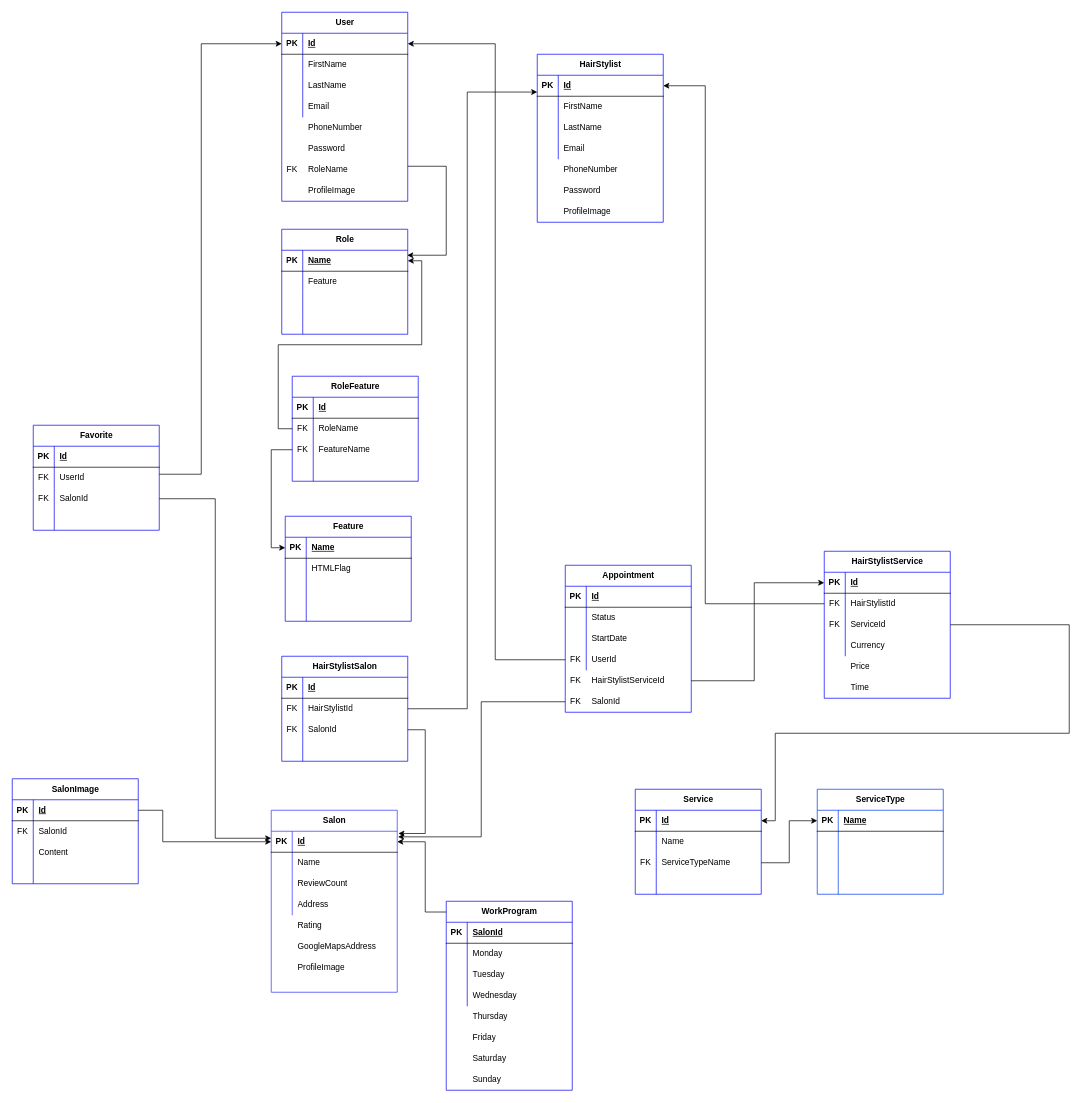
popescumadalin0/style-link keeps this draw.io diagram as StyleLink/StyleLinkRelationalDb.drawio. Above is the earlier version. Source tidied: cells renumbered, new cells numbered last; positions are measured from the earlier drawing's top-left corner, leaving out a move shared by most shapes. Both pictures are drawn from the tidied source at 70%, with x=0, y=0 at pixel (12, 12).
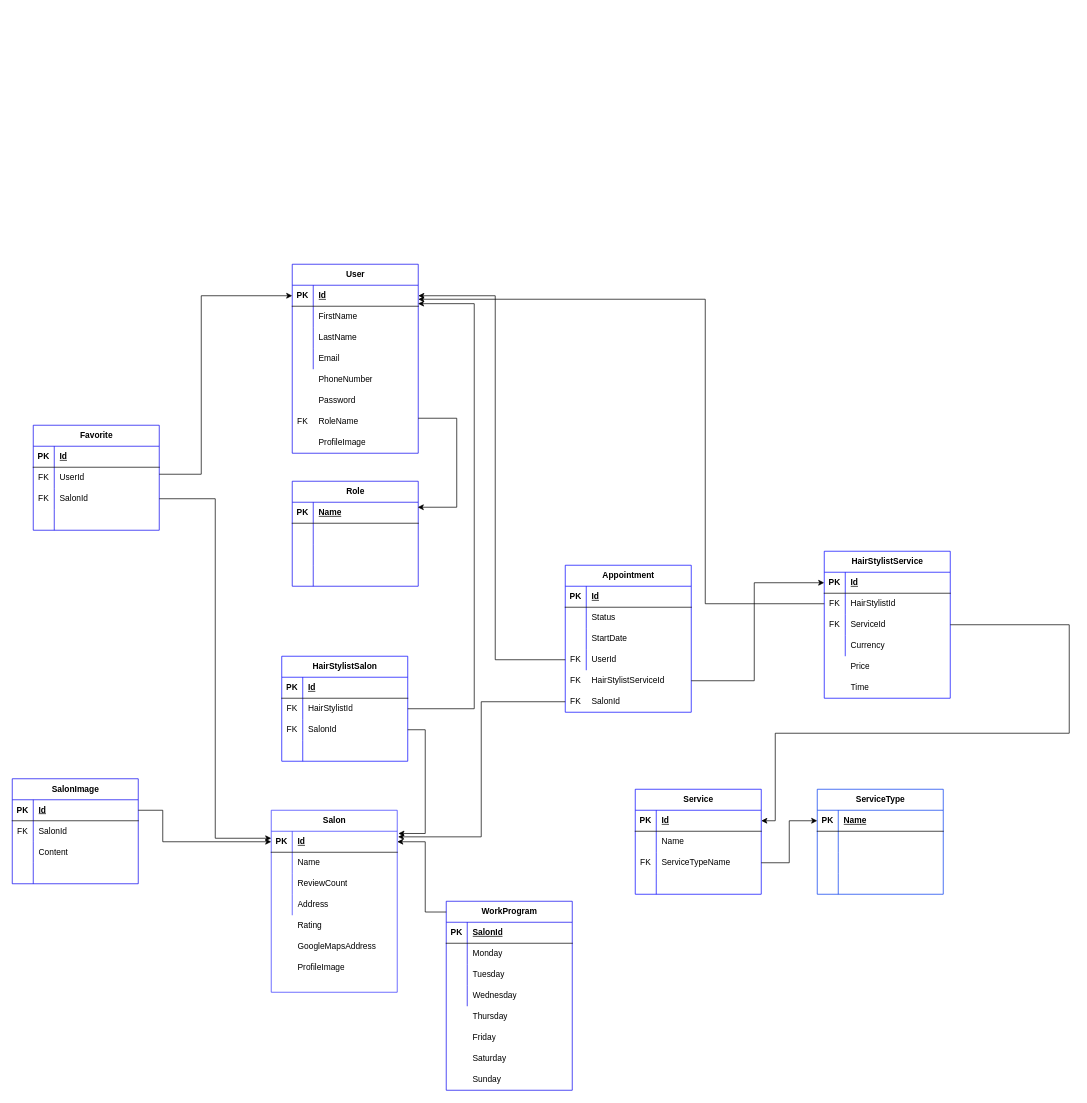
The same diagram, later.

Unchanged cells that the change refers to:
```xml
<mxCell id="3" style="shape=tableRow;horizontal=0;startSize=0;swimlaneHead=0;swimlaneBody=0;fillColor=none;points=[[0,0.5],[1,0.5]];portConstraint=eastwest;top=0;left=0;right=0;bottom=1;" parent="2" vertex="1">
  <mxGeometry y="30" width="180" height="30" as="geometry" />
</mxCell>
<mxCell id="25" style="shape=tableRow;horizontal=0;startSize=0;swimlaneHead=0;swimlaneBody=0;fillColor=none;points=[[0,0.5],[1,0.5]];portConstraint=eastwest;top=0;left=0;right=0;bottom=0;" parent="15" vertex="1">
  <mxGeometry y="120" width="180" height="30" as="geometry" />
</mxCell>
<mxCell id="81" style="shape=tableRow;horizontal=0;startSize=0;swimlaneHead=0;swimlaneBody=0;fillColor=none;points=[[0,0.5],[1,0.5]];portConstraint=eastwest;top=0;left=0;right=0;bottom=1;" parent="80" vertex="1">
  <mxGeometry y="30" width="180" height="30" as="geometry" />
</mxCell>
<mxCell id="84" style="shape=tableRow;horizontal=0;startSize=0;swimlaneHead=0;swimlaneBody=0;fillColor=none;top=0;left=0;right=0;bottom=0;" parent="80" vertex="1">
  <mxGeometry y="60" width="180" height="30" as="geometry" />
</mxCell>
<mxCell id="194" style="shape=tableRow;horizontal=0;startSize=0;swimlaneHead=0;swimlaneBody=0;fillColor=none;points=[[0,0.5],[1,0.5]];portConstraint=eastwest;top=0;left=0;right=0;bottom=0;" parent="190" vertex="1">
  <mxGeometry y="60" width="180" height="30" as="geometry" />
</mxCell>
<mxCell id="209" style="shape=tableRow;horizontal=0;startSize=0;swimlaneHead=0;swimlaneBody=0;fillColor=none;points=[[0,0.5],[1,0.5]];portConstraint=eastwest;top=0;left=0;right=0;bottom=0;" parent="205" vertex="1">
  <mxGeometry y="60" width="180" height="30" as="geometry" />
</mxCell>
```

What changed in the source:
```diff
@@
     <mxCell id="2" value="User" style="shape=table;startSize=30;childLayout=tableLayout;rowLines=0;fontStyle=1;align=center;html=1;strokeColor=#0800F0;" parent="1" vertex="1">
-      <mxGeometry x="385" width="180" height="270" as="geometry" />
+      <mxGeometry x="400" y="360" width="180" height="270" as="geometry" />
     </mxCell>
@@
-    <mxCell id="67" value="Feature" style="shape=table;startSize=30;childLayout=tableLayout;rowLines=0;fontStyle=1;align=center;html=1;strokeColor=#0800F0;" parent="1" vertex="1">
-      <mxGeometry x="390" y="720" width="180" height="150" as="geometry" />
-    </mxCell>
-    <mxCell id="68" style="shape=tableRow;horizontal=0;startSize=0;swimlaneHead=0;swimlaneBody=0;fillColor=none;points=[[0,0.5],[1,0.5]];portConstraint=eastwest;top=0;left=0;right=0;bottom=1;" parent="67" vertex="1">
-      <mxGeometry y="30" width="180" height="30" as="geometry" />
-    </mxCell>
-    <mxCell id="69" value="PK" style="shape=partialRectangle;fillColor=none;top=0;left=0;bottom=0;right=0;fontStyle=1;overflow=hidden;whiteSpace=wrap;html=1;" parent="68" vertex="1">
-      <mxGeometry width="30" height="30" as="geometry" />
-    </mxCell>
-    <mxCell id="70" value="Name" style="shape=partialRectangle;fillColor=none;top=0;left=0;bottom=0;right=0;align=left;spacingLeft=6;fontStyle=5;overflow=hidden;whiteSpace=wrap;html=1;" parent="68" vertex="1">
-      <mxGeometry x="30" width="150" height="30" as="geometry" />
-    </mxCell>
-    <mxCell id="71" style="shape=tableRow;horizontal=0;startSize=0;swimlaneHead=0;swimlaneBody=0;fillColor=none;top=0;left=0;right=0;bottom=0;" parent="67" vertex="1">
-      <mxGeometry y="60" width="180" height="30" as="geometry" />
-    </mxCell>
-    <mxCell id="72" style="shape=partialRectangle;fillColor=none;top=0;left=0;bottom=0;right=0;overflow=hidden;whiteSpace=wrap;html=1;" parent="71" vertex="1">
-      <mxGeometry width="30" height="30" as="geometry" />
-    </mxCell>
-    <mxCell id="73" value="HTMLFlag" style="shape=partialRectangle;fillColor=none;top=0;left=0;bottom=0;right=0;align=left;spacingLeft=6;overflow=hidden;whiteSpace=wrap;html=1;" parent="71" vertex="1">
-      <mxGeometry x="30" width="150" height="30" as="geometry" />
-    </mxCell>
-    <mxCell id="74" style="shape=tableRow;horizontal=0;startSize=0;swimlaneHead=0;swimlaneBody=0;fillColor=none;top=0;left=0;right=0;bottom=0;" parent="67" vertex="1">
-      <mxGeometry y="90" width="180" height="30" as="geometry" />
-    </mxCell>
-    <mxCell id="75" style="shape=partialRectangle;fillColor=none;top=0;left=0;bottom=0;right=0;overflow=hidden;whiteSpace=wrap;html=1;" parent="74" vertex="1">
-      <mxGeometry width="30" height="30" as="geometry" />
-    </mxCell>
-    <mxCell id="76" style="shape=partialRectangle;fillColor=none;top=0;left=0;bottom=0;right=0;align=left;spacingLeft=6;overflow=hidden;whiteSpace=wrap;html=1;" parent="74" vertex="1">
-      <mxGeometry x="30" width="150" height="30" as="geometry" />
-    </mxCell>
-    <mxCell id="77" style="shape=tableRow;horizontal=0;startSize=0;swimlaneHead=0;swimlaneBody=0;fillColor=none;top=0;left=0;right=0;bottom=0;" parent="67" vertex="1">
-      <mxGeometry y="120" width="180" height="30" as="geometry" />
-    </mxCell>
-    <mxCell id="78" style="shape=partialRectangle;fillColor=none;top=0;left=0;bottom=0;right=0;overflow=hidden;whiteSpace=wrap;html=1;" parent="77" vertex="1">
-      <mxGeometry width="30" height="30" as="geometry" />
-    </mxCell>
-    <mxCell id="79" style="shape=partialRectangle;fillColor=none;top=0;left=0;bottom=0;right=0;align=left;spacingLeft=6;overflow=hidden;whiteSpace=wrap;html=1;" parent="77" vertex="1">
-      <mxGeometry x="30" width="150" height="30" as="geometry" />
-    </mxCell>
     <mxCell id="80" value="Role" style="shape=table;startSize=30;childLayout=tableLayout;rowLines=0;fontStyle=1;align=center;html=1;strokeColor=#0800F0;" parent="1" vertex="1">
-      <mxGeometry x="385" y="310" width="180" height="150" as="geometry" />
+      <mxGeometry x="400" y="670" width="180" height="150" as="geometry" />
     </mxCell>
@@
-    <mxCell id="86" value="Feature" style="shape=partialRectangle;fillColor=none;top=0;left=0;bottom=0;right=0;align=left;spacingLeft=6;overflow=hidden;whiteSpace=wrap;html=1;" parent="84" vertex="1">
+    <mxCell id="86" style="shape=partialRectangle;fillColor=none;top=0;left=0;bottom=0;right=0;align=left;spacingLeft=6;overflow=hidden;whiteSpace=wrap;html=1;" parent="84" vertex="1">
       <mxGeometry x="30" width="150" height="30" as="geometry" />
     </mxCell>
@@
     <mxCell id="106" style="shape=tableRow;horizontal=0;startSize=0;swimlaneHead=0;swimlaneBody=0;fillColor=none;top=0;left=0;right=0;bottom=0;" parent="1" vertex="1">
-      <mxGeometry x="385" y="150" width="180" height="30" as="geometry" />
+      <mxGeometry x="400" y="510" width="180" height="30" as="geometry" />
     </mxCell>
@@
     <mxCell id="109" style="edgeStyle=orthogonalEdgeStyle;rounded=0;jettySize=auto;html=1;entryX=0.996;entryY=0.238;entryDx=0;entryDy=0;entryPerimeter=0;" parent="1" edge="1" target="81">
       <mxGeometry relative="1" as="geometry">
-        <mxPoint x="565" y="220" as="sourcePoint" />
+        <mxPoint x="580" y="580" as="sourcePoint" />
         <Array as="points">
-          <mxPoint x="620" y="220" />
-          <mxPoint x="620" y="347" />
+          <mxPoint x="635" y="580" />
+          <mxPoint x="635" y="707" />
         </Array>
       </mxGeometry>
     </mxCell>
     <mxCell id="110" style="shape=tableRow;horizontal=0;startSize=0;swimlaneHead=0;swimlaneBody=0;fillColor=none;top=0;left=0;right=0;bottom=0;" parent="1" vertex="1">
-      <mxGeometry x="385" y="180" width="180" height="30" as="geometry" />
+      <mxGeometry x="400" y="540" width="180" height="30" as="geometry" />
     </mxCell>
@@
     <mxCell id="159" value="RoleName" style="shape=partialRectangle;fillColor=none;top=0;left=0;bottom=0;right=0;align=left;spacingLeft=6;overflow=hidden;whiteSpace=wrap;html=1;" parent="1" vertex="1">
-      <mxGeometry x="415" y="210" width="150" height="30" as="geometry" />
+      <mxGeometry x="430" y="570" width="150" height="30" as="geometry" />
     </mxCell>
     <mxCell id="160" value="FK" style="shape=partialRectangle;fillColor=none;top=0;left=0;bottom=0;right=0;overflow=hidden;whiteSpace=wrap;html=1;" parent="1" vertex="1">
-      <mxGeometry x="385" y="210" width="30" height="30" as="geometry" />
+      <mxGeometry x="400" y="570" width="30" height="30" as="geometry" />
     </mxCell>
-    <mxCell id="161" value="RoleFeature" style="shape=table;startSize=30;childLayout=tableLayout;rowLines=0;fontStyle=1;align=center;html=1;strokeColor=#0800F0;" parent="1" vertex="1">
-      <mxGeometry x="400" y="520" width="180" height="150" as="geometry" />
-    </mxCell>
-    <mxCell id="162" style="shape=tableRow;horizontal=0;startSize=0;swimlaneHead=0;swimlaneBody=0;fillColor=none;top=0;left=0;right=0;bottom=1;" parent="161" vertex="1">
-      <mxGeometry y="30" width="180" height="30" as="geometry" />
-    </mxCell>
-    <mxCell id="163" value="PK" style="shape=partialRectangle;fillColor=none;top=0;left=0;bottom=0;right=0;fontStyle=1;overflow=hidden;whiteSpace=wrap;html=1;" parent="162" vertex="1">
-      <mxGeometry width="30" height="30" as="geometry" />
-    </mxCell>
-    <mxCell id="164" value="Id" style="shape=partialRectangle;fillColor=none;top=0;left=0;bottom=0;right=0;align=left;spacingLeft=6;fontStyle=5;overflow=hidden;whiteSpace=wrap;html=1;" parent="162" vertex="1">
-      <mxGeometry x="30" width="150" height="30" as="geometry" />
-    </mxCell>
-    <mxCell id="165" style="shape=tableRow;horizontal=0;startSize=0;swimlaneHead=0;swimlaneBody=0;fillColor=none;points=[[0,0.5],[1,0.5]];portConstraint=eastwest;top=0;left=0;right=0;bottom=0;" parent="161" vertex="1">
-      <mxGeometry y="60" width="180" height="30" as="geometry" />
-    </mxCell>
-    <mxCell id="166" value="FK" style="shape=partialRectangle;fillColor=none;top=0;left=0;bottom=0;right=0;overflow=hidden;whiteSpace=wrap;html=1;" parent="165" vertex="1">
-      <mxGeometry width="30" height="30" as="geometry" />
-    </mxCell>
-    <mxCell id="167" value="RoleName" style="shape=partialRectangle;fillColor=none;top=0;left=0;bottom=0;right=0;align=left;spacingLeft=6;overflow=hidden;whiteSpace=wrap;html=1;" parent="165" vertex="1">
-      <mxGeometry x="30" width="150" height="30" as="geometry" />
-    </mxCell>
-    <mxCell id="168" style="shape=tableRow;horizontal=0;startSize=0;swimlaneHead=0;swimlaneBody=0;fillColor=none;points=[[0,0.5],[1,0.5]];portConstraint=eastwest;top=0;left=0;right=0;bottom=0;" parent="161" vertex="1">
-      <mxGeometry y="90" width="180" height="30" as="geometry" />
-    </mxCell>
-    <mxCell id="169" value="FK" style="shape=partialRectangle;fillColor=none;top=0;left=0;bottom=0;right=0;overflow=hidden;whiteSpace=wrap;html=1;" parent="168" vertex="1">
-      <mxGeometry width="30" height="30" as="geometry" />
-    </mxCell>
-    <mxCell id="170" value="FeatureName" style="shape=partialRectangle;fillColor=none;top=0;left=0;bottom=0;right=0;align=left;spacingLeft=6;overflow=hidden;whiteSpace=wrap;html=1;" parent="168" vertex="1">
-      <mxGeometry x="30" width="150" height="30" as="geometry" />
-    </mxCell>
-    <mxCell id="171" style="shape=tableRow;horizontal=0;startSize=0;swimlaneHead=0;swimlaneBody=0;fillColor=none;top=0;left=0;right=0;bottom=0;" parent="161" vertex="1">
-      <mxGeometry y="120" width="180" height="30" as="geometry" />
-    </mxCell>
-    <mxCell id="172" style="shape=partialRectangle;fillColor=none;top=0;left=0;bottom=0;right=0;overflow=hidden;whiteSpace=wrap;html=1;" parent="171" vertex="1">
-      <mxGeometry width="30" height="30" as="geometry" />
-    </mxCell>
-    <mxCell id="173" style="shape=partialRectangle;fillColor=none;top=0;left=0;bottom=0;right=0;align=left;spacingLeft=6;overflow=hidden;whiteSpace=wrap;html=1;" parent="171" vertex="1">
-      <mxGeometry x="30" width="150" height="30" as="geometry" />
-    </mxCell>
-    <mxCell id="174" style="edgeStyle=orthogonalEdgeStyle;rounded=0;jettySize=auto;html=1;entryX=1;entryY=0.5;entryDx=0;entryDy=0;exitX=0;exitY=0.5;exitDx=0;exitDy=0;" parent="1" edge="1" source="165" target="81">
-      <mxGeometry relative="1" as="geometry" />
-    </mxCell>
-    <mxCell id="175" style="edgeStyle=orthogonalEdgeStyle;rounded=0;jettySize=auto;html=1;entryX=0;entryY=0.5;entryDx=0;entryDy=0;exitX=0;exitY=0.5;exitDx=0;exitDy=0;" parent="1" edge="1" source="168" target="68">
-      <mxGeometry relative="1" as="geometry" />
-    </mxCell>
     <mxCell id="176" style="shape=tableRow;horizontal=0;startSize=0;swimlaneHead=0;swimlaneBody=0;fillColor=none;top=0;left=0;right=0;bottom=0;" parent="1" vertex="1">
-      <mxGeometry x="385" y="240" width="180" height="30" as="geometry" />
+      <mxGeometry x="400" y="600" width="180" height="30" as="geometry" />
     </mxCell>
@@
     <mxCell id="180" style="edgeStyle=orthogonalEdgeStyle;rounded=0;jettySize=auto;html=1;entryX=0;entryY=0.5;entryDx=0;entryDy=0;" parent="1" edge="1" target="3">
       <mxGeometry relative="1" as="geometry">
         <mxPoint x="210" y="660" as="sourcePoint" />
         <Array as="points">
           <mxPoint x="270" y="660" />
-          <mxPoint x="270" y="45" />
+          <mxPoint x="270" y="405" />
         </Array>
       </mxGeometry>
     </mxCell>
@@
     <mxCell id="184" style="edgeStyle=orthogonalEdgeStyle;rounded=0;jettySize=auto;html=1;entryX=1;entryY=0.5;entryDx=0;entryDy=0;" parent="1" edge="1" source="25" target="3">
       <mxGeometry relative="1" as="geometry">
         <Array as="points">
           <mxPoint x="690" y="925" />
-          <mxPoint x="690" y="45" />
+          <mxPoint x="690" y="405" />
         </Array>
       </mxGeometry>
     </mxCell>
@@
-    <mxCell id="203" style="edgeStyle=orthogonalEdgeStyle;rounded=0;jettySize=auto;html=1;entryX=0;entryY=0.8;entryDx=0;entryDy=0;entryPerimeter=0;" parent="1" edge="1" source="194" target="225">
+    <mxCell id="203" style="edgeStyle=orthogonalEdgeStyle;rounded=0;jettySize=auto;html=1;entryX=0.998;entryY=0.877;entryDx=0;entryDy=0;entryPerimeter=0;" parent="1" edge="1" source="194" target="3">
       <mxGeometry relative="1" as="geometry">
         <Array as="points">
-          <mxPoint x="650" y="995" />
-          <mxPoint x="650" y="114" />
+          <mxPoint x="660" y="995" />
+          <mxPoint x="660" y="416" />
         </Array>
       </mxGeometry>
     </mxCell>
@@
-    <mxCell id="224" value="HairStylist" style="shape=table;startSize=30;childLayout=tableLayout;rowLines=0;fontStyle=1;align=center;html=1;strokeColor=#0000FF;" parent="1" vertex="1">
-      <mxGeometry x="750" y="60" width="180" height="240" as="geometry" />
-    </mxCell>
-    <mxCell id="225" style="shape=tableRow;horizontal=0;startSize=0;swimlaneHead=0;swimlaneBody=0;fillColor=none;points=[[0,0.5],[1,0.5]];portConstraint=eastwest;top=0;left=0;right=0;bottom=1;" parent="224" vertex="1">
-      <mxGeometry y="30" width="180" height="30" as="geometry" />
-    </mxCell>
-    <mxCell id="226" value="PK" style="shape=partialRectangle;fillColor=none;top=0;left=0;bottom=0;right=0;fontStyle=1;overflow=hidden;whiteSpace=wrap;html=1;" parent="225" vertex="1">
-      <mxGeometry width="30" height="30" as="geometry" />
-    </mxCell>
-    <mxCell id="227" value="Id" style="shape=partialRectangle;fillColor=none;top=0;left=0;bottom=0;right=0;align=left;spacingLeft=6;fontStyle=5;overflow=hidden;whiteSpace=wrap;html=1;" parent="225" vertex="1">
-      <mxGeometry x="30" width="150" height="30" as="geometry" />
-    </mxCell>
-    <mxCell id="228" style="shape=tableRow;horizontal=0;startSize=0;swimlaneHead=0;swimlaneBody=0;fillColor=none;top=0;left=0;right=0;bottom=0;" parent="224" vertex="1">
-      <mxGeometry y="60" width="180" height="30" as="geometry" />
-    </mxCell>
-    <mxCell id="229" style="shape=partialRectangle;fillColor=none;top=0;left=0;bottom=0;right=0;overflow=hidden;whiteSpace=wrap;html=1;" parent="228" vertex="1">
-      <mxGeometry width="30" height="30" as="geometry" />
-    </mxCell>
-    <mxCell id="230" style="shape=partialRectangle;fillColor=none;top=0;left=0;bottom=0;right=0;align=left;spacingLeft=6;overflow=hidden;whiteSpace=wrap;html=1;" parent="228" vertex="1">
-      <mxGeometry x="30" width="150" height="30" as="geometry" />
-    </mxCell>
-    <mxCell id="231" style="shape=tableRow;horizontal=0;startSize=0;swimlaneHead=0;swimlaneBody=0;fillColor=none;top=0;left=0;right=0;bottom=0;" parent="224" vertex="1">
-      <mxGeometry y="90" width="180" height="30" as="geometry" />
-    </mxCell>
-    <mxCell id="232" style="shape=partialRectangle;fillColor=none;top=0;left=0;bottom=0;right=0;overflow=hidden;whiteSpace=wrap;html=1;" parent="231" vertex="1">
-      <mxGeometry width="30" height="30" as="geometry" />
-    </mxCell>
-    <mxCell id="233" style="shape=partialRectangle;fillColor=none;top=0;left=0;bottom=0;right=0;align=left;spacingLeft=6;overflow=hidden;whiteSpace=wrap;html=1;" parent="231" vertex="1">
-      <mxGeometry x="30" width="150" height="30" as="geometry" />
-    </mxCell>
-    <mxCell id="234" style="shape=tableRow;horizontal=0;startSize=0;swimlaneHead=0;swimlaneBody=0;fillColor=none;top=0;left=0;right=0;bottom=0;" parent="224" vertex="1">
-      <mxGeometry y="120" width="180" height="30" as="geometry" />
-    </mxCell>
-    <mxCell id="235" style="shape=partialRectangle;fillColor=none;top=0;left=0;bottom=0;right=0;overflow=hidden;whiteSpace=wrap;html=1;" parent="234" vertex="1">
-      <mxGeometry width="30" height="30" as="geometry" />
-    </mxCell>
-    <mxCell id="236" style="shape=partialRectangle;fillColor=none;top=0;left=0;bottom=0;right=0;align=left;spacingLeft=6;overflow=hidden;whiteSpace=wrap;html=1;" parent="234" vertex="1">
-      <mxGeometry x="30" width="150" height="30" as="geometry" />
-    </mxCell>
-    <mxCell id="237" style="shape=partialRectangle;fillColor=none;top=0;left=0;bottom=0;right=0;overflow=hidden;whiteSpace=wrap;html=1;" parent="1" vertex="1">
-      <mxGeometry x="750" y="120" width="30" height="30" as="geometry" />
-    </mxCell>
-    <mxCell id="238" value="FirstName" style="shape=partialRectangle;fillColor=none;top=0;left=0;bottom=0;right=0;align=left;spacingLeft=6;overflow=hidden;whiteSpace=wrap;html=1;" parent="1" vertex="1">
-      <mxGeometry x="780" y="120" width="150" height="30" as="geometry" />
-    </mxCell>
-    <mxCell id="239" style="shape=partialRectangle;fillColor=none;top=0;left=0;bottom=0;right=0;overflow=hidden;whiteSpace=wrap;html=1;" parent="1" vertex="1">
-      <mxGeometry x="750" y="150" width="30" height="30" as="geometry" />
-    </mxCell>
-    <mxCell id="240" value="LastName" style="shape=partialRectangle;fillColor=none;top=0;left=0;bottom=0;right=0;align=left;spacingLeft=6;overflow=hidden;whiteSpace=wrap;html=1;" parent="1" vertex="1">
-      <mxGeometry x="780" y="150" width="150" height="30" as="geometry" />
-    </mxCell>
-    <mxCell id="241" style="shape=partialRectangle;fillColor=none;top=0;left=0;bottom=0;right=0;overflow=hidden;whiteSpace=wrap;html=1;" parent="1" vertex="1">
-      <mxGeometry x="750" y="180" width="30" height="30" as="geometry" />
-    </mxCell>
-    <mxCell id="242" value="Email" style="shape=partialRectangle;fillColor=none;top=0;left=0;bottom=0;right=0;align=left;spacingLeft=6;overflow=hidden;whiteSpace=wrap;html=1;" parent="1" vertex="1">
-      <mxGeometry x="780" y="180" width="150" height="30" as="geometry" />
-    </mxCell>
-    <mxCell id="243" style="shape=partialRectangle;fillColor=none;top=0;left=0;bottom=0;right=0;overflow=hidden;whiteSpace=wrap;html=1;" parent="1" vertex="1">
-      <mxGeometry x="750" y="210" width="30" height="30" as="geometry" />
-    </mxCell>
-    <mxCell id="244" value="PhoneNumber" style="shape=partialRectangle;fillColor=none;top=0;left=0;bottom=0;right=0;align=left;spacingLeft=6;overflow=hidden;whiteSpace=wrap;html=1;" parent="1" vertex="1">
-      <mxGeometry x="780" y="210" width="150" height="30" as="geometry" />
-    </mxCell>
-    <mxCell id="245" style="shape=partialRectangle;fillColor=none;top=0;left=0;bottom=0;right=0;overflow=hidden;whiteSpace=wrap;html=1;" parent="1" vertex="1">
-      <mxGeometry x="750" y="240" width="30" height="30" as="geometry" />
-    </mxCell>
-    <mxCell id="246" value="Password" style="shape=partialRectangle;fillColor=none;top=0;left=0;bottom=0;right=0;align=left;spacingLeft=6;overflow=hidden;whiteSpace=wrap;html=1;" parent="1" vertex="1">
-      <mxGeometry x="780" y="240" width="150" height="30" as="geometry" />
-    </mxCell>
-    <mxCell id="247" style="shape=partialRectangle;fillColor=none;top=0;left=0;bottom=0;right=0;overflow=hidden;whiteSpace=wrap;html=1;" parent="1" vertex="1">
-      <mxGeometry x="750" y="270" width="30" height="30" as="geometry" />
-    </mxCell>
-    <mxCell id="248" value="ProfileImage" style="shape=partialRectangle;fillColor=none;top=0;left=0;bottom=0;right=0;align=left;spacingLeft=6;overflow=hidden;whiteSpace=wrap;html=1;" parent="1" vertex="1">
-      <mxGeometry x="780" y="270" width="150" height="30" as="geometry" />
-    </mxCell>
@@
-    <mxCell id="255" style="edgeStyle=orthogonalEdgeStyle;rounded=0;jettySize=auto;html=1;entryX=1;entryY=0.5;entryDx=0;entryDy=0;" parent="1" edge="1" source="209" target="225">
+    <mxCell id="255" style="edgeStyle=orthogonalEdgeStyle;rounded=0;jettySize=auto;html=1;" parent="1" edge="1" source="209" target="3">
       <mxGeometry relative="1" as="geometry">
         <Array as="points">
           <mxPoint x="990" y="845" />
-          <mxPoint x="990" y="105" />
+          <mxPoint x="990" y="410" />
         </Array>
       </mxGeometry>
     </mxCell>
```
